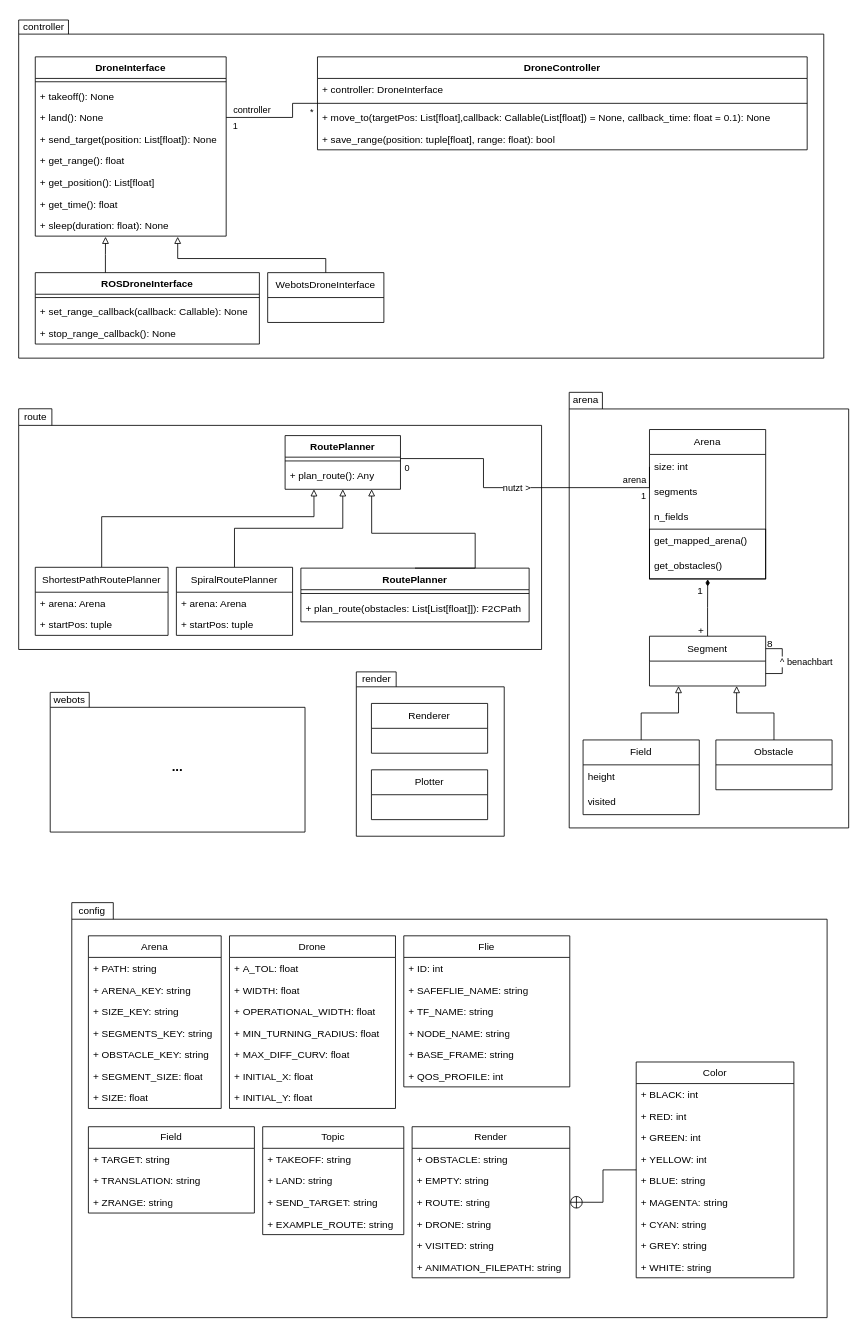
Earlier version of the draw.io diagram page "Klassendiagramm" (3 of 3) of doc/Domänenmodell.drawio (frankbits/Flugrobotik_WS202425). Source tidied: cells renumbered, new cells numbered last; positions are measured from the earlier drawing's top-left corner, leaving out a move shared by most shapes. Both pictures are drawn from the tidied source at 83%, with x=0, y=0 at pixel (14, 14).
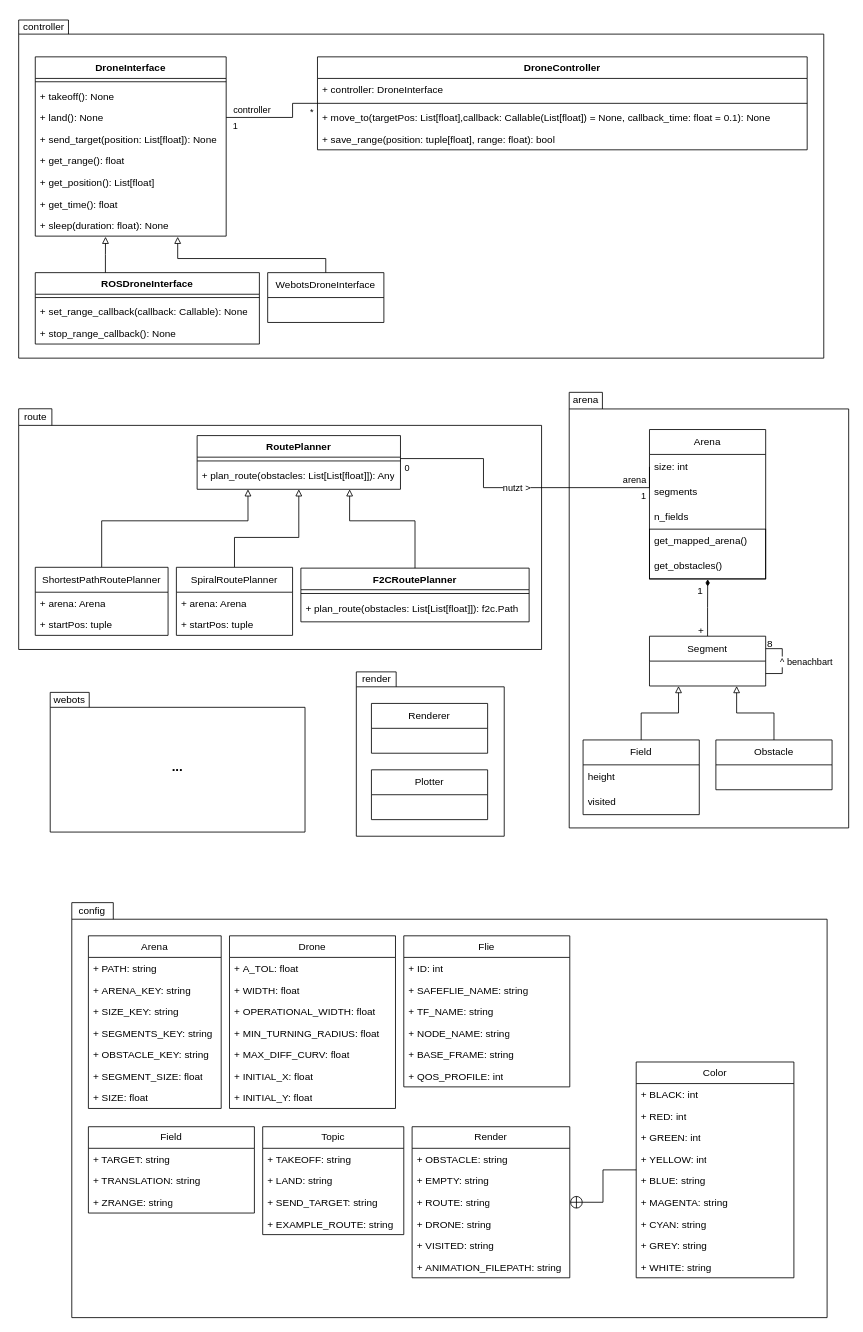
Above is the later version.

Commit message:
updated Class-Diagram in Domänenmodell.drawio again

Unchanged cells that the change refers to:
```xml
<mxCell id="35" value="SpiralRoutePlanner" style="swimlane;fontStyle=0;horizontal=1;startSize=30;whiteSpace=wrap;html=1;" parent="1" vertex="1">
  <mxGeometry x="195" y="666" width="140" height="82" as="geometry" />
</mxCell>
<mxCell id="39" value="ShortestPathRoutePlanner" style="swimlane;fontStyle=0;horizontal=1;startSize=30;whiteSpace=wrap;html=1;" parent="1" vertex="1">
  <mxGeometry x="25" y="666" width="160" height="82" as="geometry" />
</mxCell>
```

The edit, as a diff of the source:
```diff
@@
     <mxCell id="34" style="edgeStyle=orthogonalEdgeStyle;rounded=0;jettySize=auto;html=1;entryX=0.5;entryY=1;entryDx=0;entryDy=0;endArrow=block;endFill=0;exitX=0.5;exitY=0;exitDx=0;exitDy=0;" parent="1" edge="1" source="35" target="130">
-      <mxGeometry relative="1" as="geometry" />
+      <mxGeometry relative="1" as="geometry">
+        <Array as="points">
+          <mxPoint x="265" y="630" />
+          <mxPoint x="343" y="630" />
+        </Array>
+      </mxGeometry>
     </mxCell>
@@
     <mxCell id="38" style="edgeStyle=orthogonalEdgeStyle;rounded=0;jettySize=auto;html=1;entryX=0.25;entryY=1;entryDx=0;entryDy=0;endArrow=block;endFill=0;exitX=0.5;exitY=0;exitDx=0;exitDy=0;" parent="1" edge="1" source="39" target="130">
       <mxGeometry relative="1" as="geometry">
         <Array as="points">
-          <mxPoint x="105" y="605" />
-          <mxPoint x="361" y="605" />
+          <mxPoint x="105" y="610" />
+          <mxPoint x="281" y="610" />
         </Array>
       </mxGeometry>
     </mxCell>
@@
     <mxCell id="130" value="RoutePlanner" style="swimlane;fontStyle=1;align=center;verticalAlign=top;horizontal=1;startSize=26;whiteSpace=wrap;html=1;" parent="1" vertex="1">
-      <mxGeometry x="326" y="507.3" width="139" height="64.7" as="geometry" />
+      <mxGeometry x="220" y="507.3" width="245" height="64.7" as="geometry" />
     </mxCell>
     <mxCell id="131" style="line;strokeWidth=1;fillColor=none;align=left;verticalAlign=middle;spacingTop=-1;spacingLeft=3;spacingRight=3;labelPosition=right;strokeColor=inherit;" parent="130" vertex="1">
-      <mxGeometry y="26" width="139" height="9.1" as="geometry" />
+      <mxGeometry y="26" width="245" height="9.1" as="geometry" />
     </mxCell>
-    <mxCell id="132" value="+&amp;nbsp;plan_route(): Any" style="text;strokeColor=none;fillColor=none;align=left;verticalAlign=top;spacingLeft=4;spacingRight=4;overflow=hidden;whiteSpace=wrap;html=1;" parent="130" vertex="1">
-      <mxGeometry y="35.1" width="139" height="29.6" as="geometry" />
+    <mxCell id="132" value="+&amp;nbsp;plan_route(obstacles: List[List[float]]): Any" style="text;strokeColor=none;fillColor=none;align=left;verticalAlign=top;spacingLeft=4;spacingRight=4;overflow=hidden;whiteSpace=wrap;html=1;" parent="130" vertex="1">
+      <mxGeometry y="35.1" width="245" height="29.6" as="geometry" />
     </mxCell>
-    <mxCell id="133" value="RoutePlanner" style="swimlane;fontStyle=1;align=center;verticalAlign=top;horizontal=1;startSize=26;whiteSpace=wrap;html=1;" parent="1" vertex="1">
+    <mxCell id="133" value="F2CRoutePlanner" style="swimlane;fontStyle=1;align=center;verticalAlign=top;horizontal=1;startSize=26;whiteSpace=wrap;html=1;" parent="1" vertex="1">
       <mxGeometry x="345" y="667" width="275" height="64.7" as="geometry" />
     </mxCell>
@@
-    <mxCell id="135" value="+&amp;nbsp;plan_route(obstacles: List[List[float]]): F2CPath" style="text;strokeColor=none;fillColor=none;align=left;verticalAlign=top;spacingLeft=4;spacingRight=4;overflow=hidden;whiteSpace=wrap;html=1;" parent="133" vertex="1">
+    <mxCell id="135" value="+&amp;nbsp;plan_route(obstacles: List[List[float]]):&amp;nbsp;f2c.Path" style="text;strokeColor=none;fillColor=none;align=left;verticalAlign=top;spacingLeft=4;spacingRight=4;overflow=hidden;whiteSpace=wrap;html=1;" parent="133" vertex="1">
       <mxGeometry y="35.1" width="275" height="29.6" as="geometry" />
     </mxCell>
     <mxCell id="136" style="edgeStyle=orthogonalEdgeStyle;rounded=0;jettySize=auto;html=1;entryX=0.75;entryY=1;entryDx=0;entryDy=0;endArrow=block;endFill=0;exitX=0.5;exitY=0;exitDx=0;exitDy=0;" parent="1" edge="1" source="133" target="130">
       <mxGeometry relative="1" as="geometry">
         <Array as="points">
-          <mxPoint x="555" y="625" />
-          <mxPoint x="430" y="625" />
+          <mxPoint x="483" y="610" />
+          <mxPoint x="404" y="610" />
         </Array>
       </mxGeometry>
     </mxCell>
```
